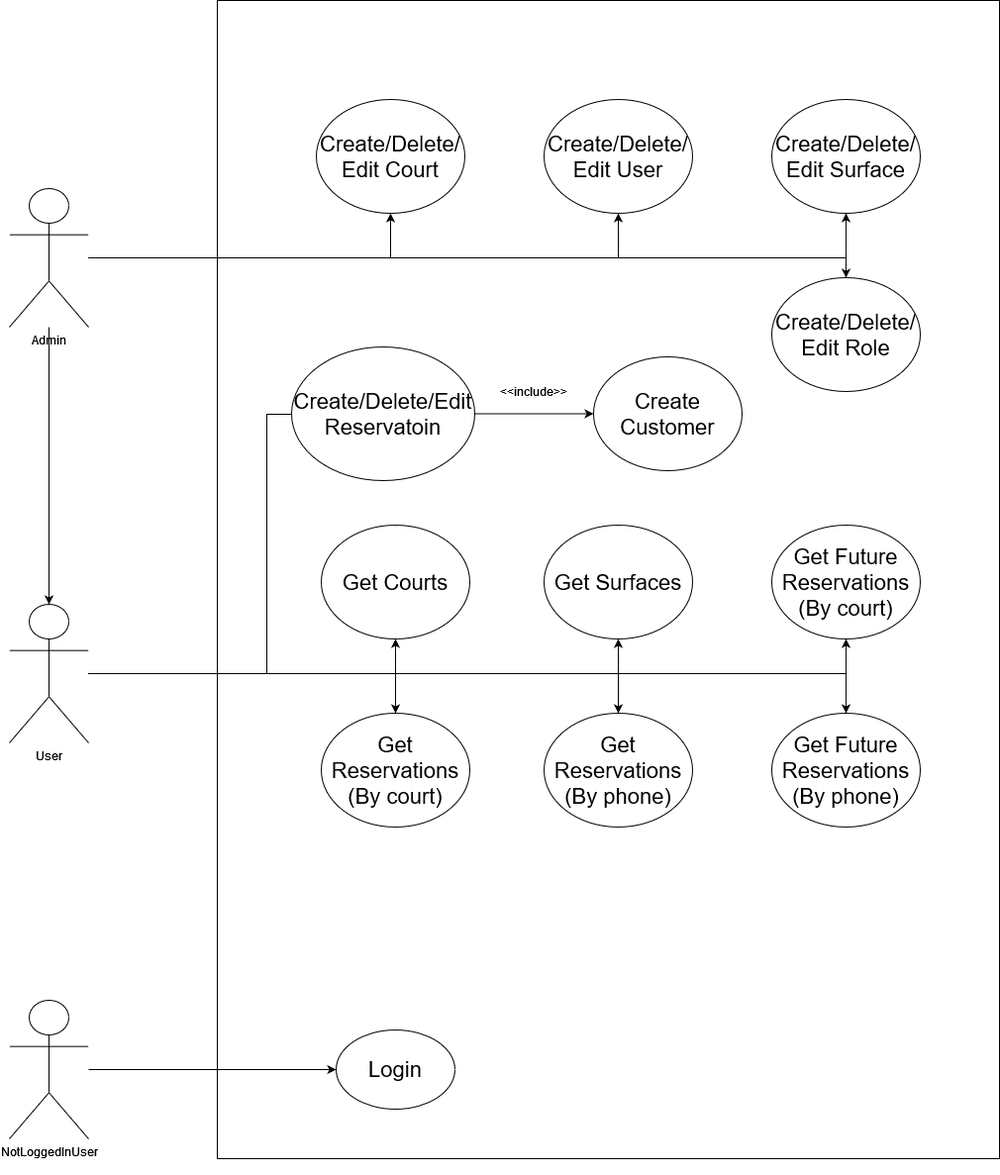
FSAFTik/InQoolTestWork keeps this draw.io diagram as TennisReservationUseCase.png. Above is the earlier version. Source tidied: cells renumbered, new cells last; positions are measured from the earlier drawing's top-left corner, leaving out a move shared by most shapes. The source it was exported from:
```xml
<mxGraphModel>
  <root>
    <mxCell id="0" />
    <mxCell id="1" parent="0" />
    <mxCell id="2" style="rounded=0;whiteSpace=wrap;html=1;" parent="1" vertex="1">
      <mxGeometry x="210" width="790" height="1170" as="geometry" />
    </mxCell>
    <mxCell id="3" style="edgeStyle=orthogonalEdgeStyle;rounded=0;jettySize=auto;html=1;entryX=0.5;entryY=1;entryDx=0;entryDy=0;" parent="1" edge="1" source="10" target="22">
      <mxGeometry relative="1" as="geometry" />
    </mxCell>
    <mxCell id="4" style="edgeStyle=orthogonalEdgeStyle;rounded=0;jettySize=auto;html=1;entryX=0.5;entryY=0;entryDx=0;entryDy=0;" parent="1" edge="1" source="10" target="20">
      <mxGeometry relative="1" as="geometry" />
    </mxCell>
    <mxCell id="5" style="edgeStyle=orthogonalEdgeStyle;rounded=0;jettySize=auto;html=1;entryX=0.5;entryY=1;entryDx=0;entryDy=0;" parent="1" edge="1" source="10" target="21">
      <mxGeometry relative="1" as="geometry" />
    </mxCell>
    <mxCell id="6" style="edgeStyle=orthogonalEdgeStyle;rounded=0;jettySize=auto;html=1;entryX=0.5;entryY=0;entryDx=0;entryDy=0;" parent="1" edge="1" source="10" target="23">
      <mxGeometry relative="1" as="geometry" />
    </mxCell>
    <mxCell id="7" style="edgeStyle=orthogonalEdgeStyle;rounded=0;jettySize=auto;html=1;entryX=0.5;entryY=1;entryDx=0;entryDy=0;" parent="1" edge="1" source="10" target="24">
      <mxGeometry relative="1" as="geometry" />
    </mxCell>
    <mxCell id="8" style="edgeStyle=orthogonalEdgeStyle;rounded=0;jettySize=auto;html=1;entryX=0.5;entryY=0;entryDx=0;entryDy=0;" parent="1" edge="1" source="10" target="25">
      <mxGeometry relative="1" as="geometry" />
    </mxCell>
    <mxCell id="9" style="edgeStyle=orthogonalEdgeStyle;rounded=0;jettySize=auto;html=1;entryX=0;entryY=0.5;entryDx=0;entryDy=0;" parent="1" edge="1" source="10" target="31">
      <mxGeometry relative="1" as="geometry">
        <Array as="points">
          <mxPoint x="260" y="680" />
          <mxPoint x="260" y="418" />
          <mxPoint x="315" y="418" />
        </Array>
      </mxGeometry>
    </mxCell>
    <mxCell id="10" value="&lt;div&gt;User&lt;/div&gt;&lt;div&gt;&lt;br&gt;&lt;/div&gt;" style="shape=umlActor;verticalLabelPosition=bottom;verticalAlign=top;html=1;outlineConnect=0;" parent="1" vertex="1">
      <mxGeometry y="610" width="80" height="140" as="geometry" />
    </mxCell>
    <mxCell id="11" style="edgeStyle=orthogonalEdgeStyle;rounded=0;jettySize=auto;html=1;" parent="1" edge="1" source="16" target="10">
      <mxGeometry relative="1" as="geometry" />
    </mxCell>
    <mxCell id="12" style="edgeStyle=orthogonalEdgeStyle;rounded=0;jettySize=auto;html=1;entryX=0.5;entryY=1;entryDx=0;entryDy=0;" parent="1" edge="1" source="16" target="26">
      <mxGeometry relative="1" as="geometry" />
    </mxCell>
    <mxCell id="13" style="edgeStyle=orthogonalEdgeStyle;rounded=0;jettySize=auto;html=1;entryX=0.5;entryY=1;entryDx=0;entryDy=0;" parent="1" edge="1" source="16" target="27">
      <mxGeometry relative="1" as="geometry" />
    </mxCell>
    <mxCell id="14" style="edgeStyle=orthogonalEdgeStyle;rounded=0;jettySize=auto;html=1;entryX=0.5;entryY=1;entryDx=0;entryDy=0;" parent="1" edge="1" source="16" target="28">
      <mxGeometry relative="1" as="geometry" />
    </mxCell>
    <mxCell id="15" style="edgeStyle=orthogonalEdgeStyle;rounded=0;jettySize=auto;html=1;entryX=0.5;entryY=0;entryDx=0;entryDy=0;" parent="1" edge="1" source="16" target="29">
      <mxGeometry relative="1" as="geometry" />
    </mxCell>
    <mxCell id="16" value="&lt;div&gt;Admin&lt;/div&gt;&lt;div&gt;&lt;br&gt;&lt;/div&gt;&lt;div&gt;&lt;br&gt;&lt;/div&gt;" style="shape=umlActor;verticalLabelPosition=bottom;verticalAlign=top;html=1;outlineConnect=0;" parent="1" vertex="1">
      <mxGeometry y="190" width="80" height="140" as="geometry" />
    </mxCell>
    <mxCell id="17" style="edgeStyle=orthogonalEdgeStyle;rounded=0;jettySize=auto;html=1;" parent="1" edge="1" source="18" target="19">
      <mxGeometry relative="1" as="geometry" />
    </mxCell>
    <mxCell id="18" value="&lt;div&gt;NotLoggedInUser&lt;/div&gt;&lt;div&gt;&lt;br&gt;&lt;/div&gt;" style="shape=umlActor;verticalLabelPosition=bottom;verticalAlign=top;html=1;outlineConnect=0;" parent="1" vertex="1">
      <mxGeometry y="1010" width="80" height="140" as="geometry" />
    </mxCell>
    <mxCell id="19" value="&lt;div style=&quot;font-size: 22px;&quot;&gt;Login&lt;/div&gt;" style="ellipse;whiteSpace=wrap;html=1;" parent="1" vertex="1">
      <mxGeometry x="330" y="1040" width="120" height="80" as="geometry" />
    </mxCell>
    <mxCell id="20" value="&lt;font style=&quot;font-size: 22px;&quot;&gt;Get Reservations (By court)&lt;/font&gt;" style="ellipse;whiteSpace=wrap;html=1;" parent="1" vertex="1">
      <mxGeometry x="315" y="720" width="150" height="115" as="geometry" />
    </mxCell>
    <mxCell id="21" value="&lt;div&gt;&lt;font style=&quot;font-size: 22px;&quot;&gt;Get Surfaces&lt;/font&gt;&lt;/div&gt;" style="ellipse;whiteSpace=wrap;html=1;" parent="1" vertex="1">
      <mxGeometry x="540" y="530" width="150" height="115" as="geometry" />
    </mxCell>
    <mxCell id="22" value="&lt;font style=&quot;font-size: 22px;&quot;&gt;Get Courts&lt;/font&gt;" style="ellipse;whiteSpace=wrap;html=1;" parent="1" vertex="1">
      <mxGeometry x="315" y="530" width="150" height="115" as="geometry" />
    </mxCell>
    <mxCell id="23" value="&lt;div&gt;&lt;font style=&quot;font-size: 22px;&quot;&gt;Get Reservations (By phone)&lt;/font&gt;&lt;/div&gt;" style="ellipse;whiteSpace=wrap;html=1;" parent="1" vertex="1">
      <mxGeometry x="540" y="720" width="150" height="115" as="geometry" />
    </mxCell>
    <mxCell id="24" value="&lt;div&gt;&lt;font style=&quot;font-size: 22px;&quot;&gt;Get Future Reservations (By court)&lt;/font&gt;&lt;/div&gt;" style="ellipse;whiteSpace=wrap;html=1;" parent="1" vertex="1">
      <mxGeometry x="770" y="530" width="150" height="115" as="geometry" />
    </mxCell>
    <mxCell id="25" value="&lt;div&gt;&lt;font style=&quot;font-size: 22px;&quot;&gt;Get Future Reservations (By phone)&lt;/font&gt;&lt;/div&gt;" style="ellipse;whiteSpace=wrap;html=1;" parent="1" vertex="1">
      <mxGeometry x="770" y="720" width="150" height="115" as="geometry" />
    </mxCell>
    <mxCell id="26" value="&lt;div style=&quot;font-size: 22px;&quot;&gt;Create/Delete/Edit Court&lt;br&gt;&lt;/div&gt;" style="ellipse;whiteSpace=wrap;html=1;" parent="1" vertex="1">
      <mxGeometry x="310" y="100" width="150" height="115" as="geometry" />
    </mxCell>
    <mxCell id="27" value="&lt;div style=&quot;font-size: 22px;&quot;&gt;Create/Delete/Edit User&lt;br&gt;&lt;/div&gt;" style="ellipse;whiteSpace=wrap;html=1;" parent="1" vertex="1">
      <mxGeometry x="540" y="100" width="150" height="115" as="geometry" />
    </mxCell>
    <mxCell id="28" value="&lt;div style=&quot;font-size: 22px;&quot;&gt;Create/Delete/Edit Surface&lt;/div&gt;" style="ellipse;whiteSpace=wrap;html=1;" parent="1" vertex="1">
      <mxGeometry x="770" y="100" width="150" height="115" as="geometry" />
    </mxCell>
    <mxCell id="29" value="&lt;div style=&quot;font-size: 22px;&quot;&gt;Create/Delete/Edit Role&lt;/div&gt;" style="ellipse;whiteSpace=wrap;html=1;" parent="1" vertex="1">
      <mxGeometry x="770" y="280" width="150" height="115" as="geometry" />
    </mxCell>
    <mxCell id="30" style="edgeStyle=orthogonalEdgeStyle;rounded=0;jettySize=auto;html=1;" parent="1" edge="1" source="31" target="32">
      <mxGeometry relative="1" as="geometry" />
    </mxCell>
    <mxCell id="31" value="&lt;div style=&quot;font-size: 22px;&quot;&gt;Create/Delete/Edit Reservatoin&lt;br&gt;&lt;/div&gt;" style="ellipse;whiteSpace=wrap;html=1;" parent="1" vertex="1">
      <mxGeometry x="285" y="350" width="185" height="135" as="geometry" />
    </mxCell>
    <mxCell id="32" value="&lt;div style=&quot;font-size: 22px;&quot;&gt;Create Customer&lt;br&gt;&lt;/div&gt;" style="ellipse;whiteSpace=wrap;html=1;" parent="1" vertex="1">
      <mxGeometry x="590" y="360" width="150" height="115" as="geometry" />
    </mxCell>
    <mxCell id="33" value="&lt;div&gt;&amp;lt;&amp;lt;include&amp;gt;&amp;gt;&lt;/div&gt;" style="text;html=1;align=center;verticalAlign=middle;whiteSpace=wrap;rounded=0;rotation=0;" parent="1" vertex="1">
      <mxGeometry x="500" y="380" width="60" height="30" as="geometry" />
    </mxCell>
  </root>
</mxGraphModel>
```
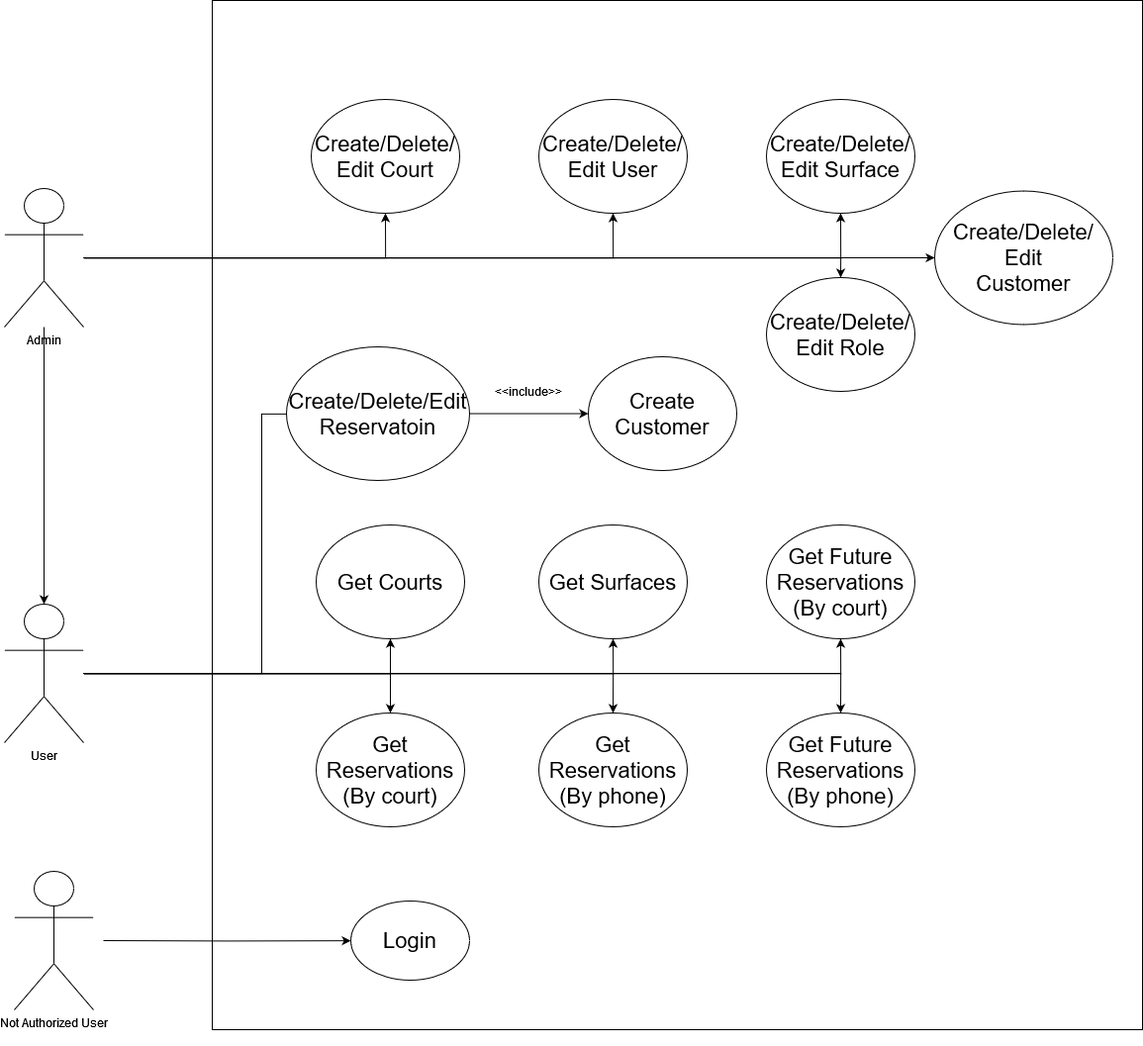
Later version of the same file.

Commit message:
Use Case Diagram

What changed in the source:
```diff
@@ -3,7 +3,7 @@
     <mxCell id="0" />
     <mxCell id="1" parent="0" />
     <mxCell id="2" style="rounded=0;whiteSpace=wrap;html=1;" parent="1" vertex="1">
-      <mxGeometry x="210" width="790" height="1170" as="geometry" />
+      <mxGeometry x="210" width="940" height="1040" as="geometry" />
     </mxCell>
     <mxCell id="3" style="edgeStyle=orthogonalEdgeStyle;rounded=0;jettySize=auto;html=1;entryX=0.5;entryY=1;entryDx=0;entryDy=0;" parent="1" edge="1" source="10" target="22">
       <mxGeometry relative="1" as="geometry" />
@@ -50,17 +50,22 @@
     <mxCell id="15" style="edgeStyle=orthogonalEdgeStyle;rounded=0;jettySize=auto;html=1;entryX=0.5;entryY=0;entryDx=0;entryDy=0;" parent="1" edge="1" source="16" target="29">
       <mxGeometry relative="1" as="geometry" />
     </mxCell>
+    <mxCell id="34" style="edgeStyle=orthogonalEdgeStyle;rounded=0;jettySize=auto;html=1;entryX=0;entryY=0.5;entryDx=0;entryDy=0;" parent="1" edge="1" source="16" target="35">
+      <mxGeometry relative="1" as="geometry" />
+    </mxCell>
     <mxCell id="16" value="&lt;div&gt;Admin&lt;/div&gt;&lt;div&gt;&lt;br&gt;&lt;/div&gt;&lt;div&gt;&lt;br&gt;&lt;/div&gt;" style="shape=umlActor;verticalLabelPosition=bottom;verticalAlign=top;html=1;outlineConnect=0;" parent="1" vertex="1">
       <mxGeometry y="190" width="80" height="140" as="geometry" />
     </mxCell>
-    <mxCell id="17" style="edgeStyle=orthogonalEdgeStyle;rounded=0;jettySize=auto;html=1;" parent="1" edge="1" source="18" target="19">
-      <mxGeometry relative="1" as="geometry" />
+    <mxCell id="17" style="edgeStyle=orthogonalEdgeStyle;rounded=0;jettySize=auto;html=1;" parent="1" edge="1" target="19">
+      <mxGeometry relative="1" as="geometry">
+        <mxPoint x="100" y="950" as="sourcePoint" />
+      </mxGeometry>
     </mxCell>
-    <mxCell id="18" value="&lt;div&gt;NotLoggedInUser&lt;/div&gt;&lt;div&gt;&lt;br&gt;&lt;/div&gt;" style="shape=umlActor;verticalLabelPosition=bottom;verticalAlign=top;html=1;outlineConnect=0;" parent="1" vertex="1">
-      <mxGeometry y="1010" width="80" height="140" as="geometry" />
+    <mxCell id="18" value="&lt;div&gt;Not Authorized User&lt;br&gt;&lt;/div&gt;&lt;div&gt;&lt;br&gt;&lt;/div&gt;" style="shape=umlActor;verticalLabelPosition=bottom;verticalAlign=top;html=1;outlineConnect=0;" parent="1" vertex="1">
+      <mxGeometry x="10" y="880" width="80" height="140" as="geometry" />
     </mxCell>
     <mxCell id="19" value="&lt;div style=&quot;font-size: 22px;&quot;&gt;Login&lt;/div&gt;" style="ellipse;whiteSpace=wrap;html=1;" parent="1" vertex="1">
-      <mxGeometry x="330" y="1040" width="120" height="80" as="geometry" />
+      <mxGeometry x="350" y="910" width="120" height="80" as="geometry" />
     </mxCell>
     <mxCell id="20" value="&lt;font style=&quot;font-size: 22px;&quot;&gt;Get Reservations (By court)&lt;/font&gt;" style="ellipse;whiteSpace=wrap;html=1;" parent="1" vertex="1">
       <mxGeometry x="315" y="720" width="150" height="115" as="geometry" />
@@ -104,5 +109,8 @@
     <mxCell id="33" value="&lt;div&gt;&amp;lt;&amp;lt;include&amp;gt;&amp;gt;&lt;/div&gt;" style="text;html=1;align=center;verticalAlign=middle;whiteSpace=wrap;rounded=0;rotation=0;" parent="1" vertex="1">
       <mxGeometry x="500" y="380" width="60" height="30" as="geometry" />
     </mxCell>
+    <mxCell id="35" value="&lt;div style=&quot;font-size: 22px;&quot;&gt;Create/Delete/Edit&lt;br&gt;Customer&lt;br&gt;&lt;/div&gt;" style="ellipse;whiteSpace=wrap;html=1;" parent="1" vertex="1">
+      <mxGeometry x="940" y="192.5" width="180" height="135" as="geometry" />
+    </mxCell>
   </root>
 </mxGraphModel>
```
